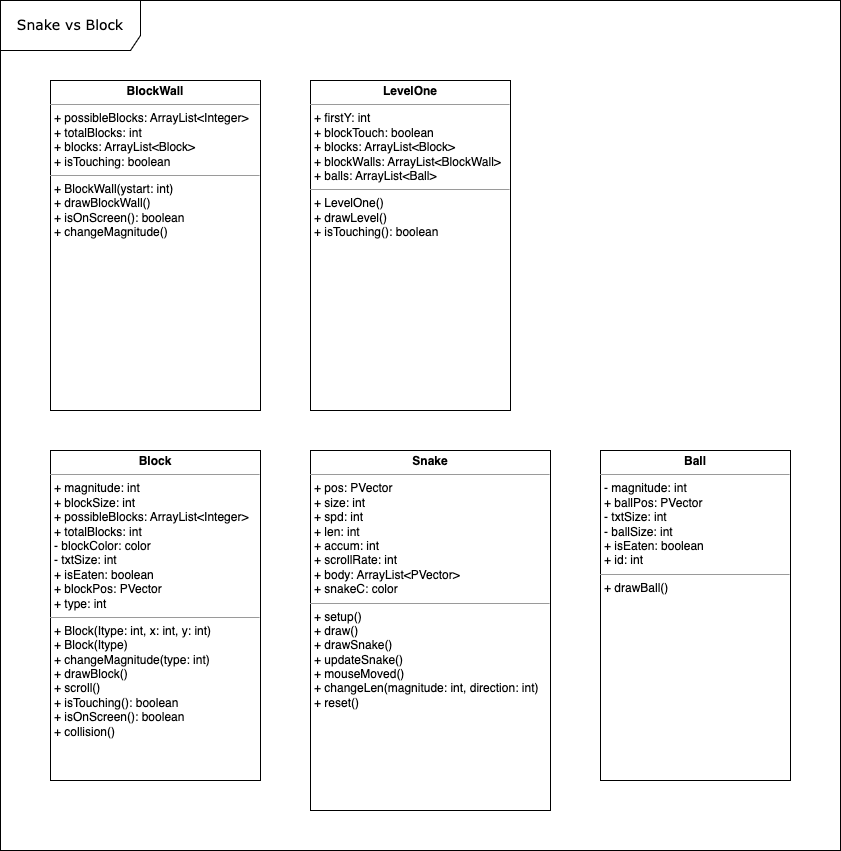
Before: ouruml.png, a diagram exported from draw.io (madeline-lei/final_project). Source tidied: cells renumbered, new cells last; positions are measured from the earlier drawing's top-left corner, leaving out a move shared by most shapes.
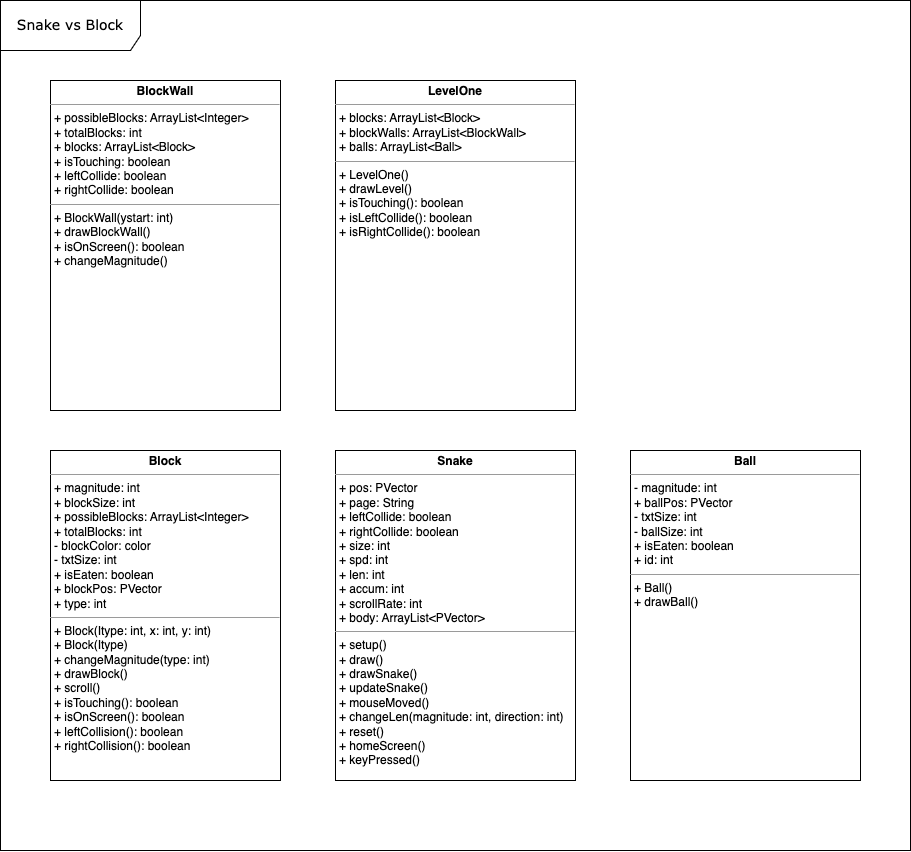
After the commit.

The edit, as a diff of the source:
```diff
@@ -3,22 +3,22 @@
     <mxCell id="0" />
     <mxCell id="1" parent="0" />
     <mxCell id="2" value="&lt;font style=&quot;font-size: 14px;&quot;&gt;Snake vs Block&lt;/font&gt;" style="shape=umlFrame;whiteSpace=wrap;html=1;rounded=0;shadow=0;comic=0;labelBackgroundColor=none;strokeWidth=1;fontFamily=Verdana;fontSize=10;align=center;width=140;height=50;" parent="1" vertex="1">
-      <mxGeometry width="840" height="850" as="geometry" />
+      <mxGeometry width="910" height="850" as="geometry" />
     </mxCell>
-    <mxCell id="3" value="&lt;p style=&quot;margin:0px;margin-top:4px;text-align:center;&quot;&gt;&lt;b&gt;Snake&lt;/b&gt;&lt;/p&gt;&lt;hr size=&quot;1&quot;&gt;&lt;p style=&quot;margin:0px;margin-left:4px;&quot;&gt;+ pos: PVector&lt;/p&gt;&lt;p style=&quot;margin:0px;margin-left:4px;&quot;&gt;+ size: int&lt;/p&gt;&lt;p style=&quot;margin:0px;margin-left:4px;&quot;&gt;+ spd: int&lt;/p&gt;&lt;p style=&quot;margin:0px;margin-left:4px;&quot;&gt;+ len: int&lt;/p&gt;&lt;p style=&quot;margin:0px;margin-left:4px;&quot;&gt;+ accum: int&lt;/p&gt;&lt;p style=&quot;margin:0px;margin-left:4px;&quot;&gt;+ scrollRate: int&lt;/p&gt;&lt;p style=&quot;margin:0px;margin-left:4px;&quot;&gt;&lt;/p&gt;&lt;p style=&quot;margin:0px;margin-left:4px;&quot;&gt;+ body: ArrayList&amp;lt;PVector&amp;gt;&lt;/p&gt;&lt;p style=&quot;margin:0px;margin-left:4px;&quot;&gt;&lt;span style=&quot;background-color: initial;&quot;&gt;+ snakeC: color&lt;/span&gt;&lt;br&gt;&lt;/p&gt;&lt;hr size=&quot;1&quot;&gt;&lt;p style=&quot;margin:0px;margin-left:4px;&quot;&gt;+ setup()&lt;/p&gt;&lt;p style=&quot;margin:0px;margin-left:4px;&quot;&gt;+ draw()&lt;/p&gt;&lt;p style=&quot;margin:0px;margin-left:4px;&quot;&gt;+ drawSnake()&lt;/p&gt;&lt;p style=&quot;margin:0px;margin-left:4px;&quot;&gt;+ updateSnake()&lt;/p&gt;&lt;p style=&quot;margin:0px;margin-left:4px;&quot;&gt;+ mouseMoved()&lt;/p&gt;&lt;p style=&quot;margin:0px;margin-left:4px;&quot;&gt;+ changeLen(magnitude: int, direction: int)&lt;/p&gt;&lt;p style=&quot;margin:0px;margin-left:4px;&quot;&gt;+ reset()&lt;/p&gt;" style="verticalAlign=top;align=left;overflow=fill;fontSize=12;fontFamily=Helvetica;html=1;rounded=0;shadow=0;comic=0;labelBackgroundColor=none;strokeWidth=1;" parent="1" vertex="1">
-      <mxGeometry x="310" y="450" width="240" height="360" as="geometry" />
+    <mxCell id="3" value="&lt;p style=&quot;margin:0px;margin-top:4px;text-align:center;&quot;&gt;&lt;b&gt;Snake&lt;/b&gt;&lt;/p&gt;&lt;hr size=&quot;1&quot;&gt;&lt;p style=&quot;margin:0px;margin-left:4px;&quot;&gt;+ pos: PVector&lt;/p&gt;&lt;p style=&quot;margin:0px;margin-left:4px;&quot;&gt;+ page: String&lt;/p&gt;&lt;p style=&quot;margin:0px;margin-left:4px;&quot;&gt;+ leftCollide: boolean&lt;/p&gt;&lt;p style=&quot;border-color: var(--border-color); margin: 0px 0px 0px 4px;&quot;&gt;+ rightCollide: boolean&lt;/p&gt;&lt;p style=&quot;margin:0px;margin-left:4px;&quot;&gt;+ size: int&lt;/p&gt;&lt;p style=&quot;margin:0px;margin-left:4px;&quot;&gt;+ spd: int&lt;/p&gt;&lt;p style=&quot;margin:0px;margin-left:4px;&quot;&gt;+ len: int&lt;/p&gt;&lt;p style=&quot;margin:0px;margin-left:4px;&quot;&gt;+ accum: int&lt;/p&gt;&lt;p style=&quot;margin:0px;margin-left:4px;&quot;&gt;+ scrollRate: int&lt;/p&gt;&lt;p style=&quot;margin:0px;margin-left:4px;&quot;&gt;&lt;/p&gt;&lt;p style=&quot;margin:0px;margin-left:4px;&quot;&gt;+ body: ArrayList&amp;lt;PVector&amp;gt;&lt;/p&gt;&lt;hr size=&quot;1&quot;&gt;&lt;p style=&quot;margin:0px;margin-left:4px;&quot;&gt;+ setup()&lt;/p&gt;&lt;p style=&quot;margin:0px;margin-left:4px;&quot;&gt;+ draw()&lt;/p&gt;&lt;p style=&quot;margin:0px;margin-left:4px;&quot;&gt;+ drawSnake()&lt;/p&gt;&lt;p style=&quot;margin:0px;margin-left:4px;&quot;&gt;+ updateSnake()&lt;/p&gt;&lt;p style=&quot;margin:0px;margin-left:4px;&quot;&gt;+ mouseMoved()&lt;/p&gt;&lt;p style=&quot;margin:0px;margin-left:4px;&quot;&gt;+ changeLen(magnitude: int, direction: int)&lt;/p&gt;&lt;p style=&quot;margin:0px;margin-left:4px;&quot;&gt;+ reset()&lt;/p&gt;&lt;p style=&quot;margin:0px;margin-left:4px;&quot;&gt;+ homeScreen()&lt;/p&gt;&lt;p style=&quot;margin:0px;margin-left:4px;&quot;&gt;+ keyPressed()&lt;/p&gt;" style="verticalAlign=top;align=left;overflow=fill;fontSize=12;fontFamily=Helvetica;html=1;rounded=0;shadow=0;comic=0;labelBackgroundColor=none;strokeWidth=1;" parent="1" vertex="1">
+      <mxGeometry x="335" y="450" width="240" height="330" as="geometry" />
     </mxCell>
-    <mxCell id="4" value="&lt;p style=&quot;margin:0px;margin-top:4px;text-align:center;&quot;&gt;&lt;b&gt;Block&lt;/b&gt;&lt;/p&gt;&lt;hr size=&quot;1&quot;&gt;&lt;p style=&quot;margin:0px;margin-left:4px;&quot;&gt;+ magnitude: int&lt;/p&gt;&lt;p style=&quot;margin:0px;margin-left:4px;&quot;&gt;+ blockSize: int&lt;/p&gt;&lt;p style=&quot;margin:0px;margin-left:4px;&quot;&gt;&lt;span style=&quot;background-color: initial;&quot;&gt;+ possibleBlocks: ArrayList&amp;lt;Integer&amp;gt;&lt;/span&gt;&lt;br&gt;&lt;/p&gt;&lt;p style=&quot;margin:0px;margin-left:4px;&quot;&gt;&lt;span style=&quot;background-color: initial;&quot;&gt;+ totalBlocks: int&lt;/span&gt;&lt;/p&gt;&lt;p style=&quot;margin:0px;margin-left:4px;&quot;&gt;- blockColor: color&lt;/p&gt;&lt;p style=&quot;margin:0px;margin-left:4px;&quot;&gt;- txtSize: int&lt;/p&gt;&lt;p style=&quot;margin:0px;margin-left:4px;&quot;&gt;+ isEaten: boolean&lt;/p&gt;&lt;p style=&quot;margin:0px;margin-left:4px;&quot;&gt;+ blockPos: PVector&lt;br&gt;&lt;/p&gt;&lt;p style=&quot;margin:0px;margin-left:4px;&quot;&gt;&lt;span style=&quot;background-color: initial;&quot;&gt;+ type: int&lt;/span&gt;&lt;br&gt;&lt;/p&gt;&lt;hr size=&quot;1&quot;&gt;&lt;p style=&quot;margin:0px;margin-left:4px;&quot;&gt;+ Block(Itype: int, x: int, y: int)&lt;/p&gt;&lt;p style=&quot;margin:0px;margin-left:4px;&quot;&gt;+ Block(Itype)&lt;/p&gt;&lt;p style=&quot;margin:0px;margin-left:4px;&quot;&gt;+ changeMagnitude(type: int)&lt;/p&gt;&lt;p style=&quot;margin:0px;margin-left:4px;&quot;&gt;+ drawBlock()&lt;/p&gt;&lt;p style=&quot;margin:0px;margin-left:4px;&quot;&gt;+ scroll()&lt;/p&gt;&lt;p style=&quot;margin:0px;margin-left:4px;&quot;&gt;+ isTouching(): boolean&lt;/p&gt;&lt;p style=&quot;margin:0px;margin-left:4px;&quot;&gt;+ isOnScreen(): boolean&lt;br&gt;+ collision()&lt;/p&gt;" style="verticalAlign=top;align=left;overflow=fill;fontSize=12;fontFamily=Helvetica;html=1;rounded=0;shadow=0;comic=0;labelBackgroundColor=none;strokeWidth=1;" parent="1" vertex="1">
-      <mxGeometry x="50" y="450" width="210" height="330" as="geometry" />
+    <mxCell id="4" value="&lt;p style=&quot;margin:0px;margin-top:4px;text-align:center;&quot;&gt;&lt;b&gt;Block&lt;/b&gt;&lt;/p&gt;&lt;hr size=&quot;1&quot;&gt;&lt;p style=&quot;margin:0px;margin-left:4px;&quot;&gt;+ magnitude: int&lt;/p&gt;&lt;p style=&quot;margin:0px;margin-left:4px;&quot;&gt;+ blockSize: int&lt;/p&gt;&lt;p style=&quot;margin:0px;margin-left:4px;&quot;&gt;&lt;span style=&quot;background-color: initial;&quot;&gt;+ possibleBlocks: ArrayList&amp;lt;Integer&amp;gt;&lt;/span&gt;&lt;br&gt;&lt;/p&gt;&lt;p style=&quot;margin:0px;margin-left:4px;&quot;&gt;&lt;span style=&quot;background-color: initial;&quot;&gt;+ totalBlocks: int&lt;/span&gt;&lt;/p&gt;&lt;p style=&quot;margin:0px;margin-left:4px;&quot;&gt;- blockColor: color&lt;/p&gt;&lt;p style=&quot;margin:0px;margin-left:4px;&quot;&gt;- txtSize: int&lt;/p&gt;&lt;p style=&quot;margin:0px;margin-left:4px;&quot;&gt;+ isEaten: boolean&lt;/p&gt;&lt;p style=&quot;margin:0px;margin-left:4px;&quot;&gt;+ blockPos: PVector&lt;br&gt;&lt;/p&gt;&lt;p style=&quot;margin:0px;margin-left:4px;&quot;&gt;&lt;span style=&quot;background-color: initial;&quot;&gt;+ type: int&lt;/span&gt;&lt;br&gt;&lt;/p&gt;&lt;hr size=&quot;1&quot;&gt;&lt;p style=&quot;margin:0px;margin-left:4px;&quot;&gt;+ Block(Itype: int, x: int, y: int)&lt;/p&gt;&lt;p style=&quot;margin:0px;margin-left:4px;&quot;&gt;+ Block(Itype)&lt;/p&gt;&lt;p style=&quot;margin:0px;margin-left:4px;&quot;&gt;+ changeMagnitude(type: int)&lt;/p&gt;&lt;p style=&quot;margin:0px;margin-left:4px;&quot;&gt;+ drawBlock()&lt;/p&gt;&lt;p style=&quot;margin:0px;margin-left:4px;&quot;&gt;+ scroll()&lt;/p&gt;&lt;p style=&quot;margin:0px;margin-left:4px;&quot;&gt;+ isTouching(): boolean&lt;/p&gt;&lt;p style=&quot;margin:0px;margin-left:4px;&quot;&gt;+ isOnScreen(): boolean&lt;br&gt;+ leftCollision(): boolean&lt;/p&gt;&lt;p style=&quot;margin:0px;margin-left:4px;&quot;&gt;+ rightCollision(): boolean&lt;br&gt;&lt;/p&gt;" style="verticalAlign=top;align=left;overflow=fill;fontSize=12;fontFamily=Helvetica;html=1;rounded=0;shadow=0;comic=0;labelBackgroundColor=none;strokeWidth=1;" parent="1" vertex="1">
+      <mxGeometry x="50" y="450" width="230" height="330" as="geometry" />
     </mxCell>
-    <mxCell id="5" value="&lt;p style=&quot;margin:0px;margin-top:4px;text-align:center;&quot;&gt;&lt;b&gt;Ball&lt;/b&gt;&lt;/p&gt;&lt;hr size=&quot;1&quot;&gt;&lt;p style=&quot;margin:0px;margin-left:4px;&quot;&gt;- magnitude: int&lt;/p&gt;&lt;p style=&quot;margin:0px;margin-left:4px;&quot;&gt;+ ballPos: PVector&lt;/p&gt;&lt;p style=&quot;margin:0px;margin-left:4px;&quot;&gt;- txtSize: int&lt;/p&gt;&lt;p style=&quot;margin:0px;margin-left:4px;&quot;&gt;- ballSize: int&lt;/p&gt;&lt;p style=&quot;margin:0px;margin-left:4px;&quot;&gt;+ isEaten: boolean&lt;/p&gt;&lt;p style=&quot;margin:0px;margin-left:4px;&quot;&gt;+ id: int&lt;br&gt;&lt;/p&gt;&lt;hr size=&quot;1&quot;&gt;&lt;p style=&quot;margin:0px;margin-left:4px;&quot;&gt;+ drawBall()&lt;br&gt;&lt;/p&gt;" style="verticalAlign=top;align=left;overflow=fill;fontSize=12;fontFamily=Helvetica;html=1;rounded=0;shadow=0;comic=0;labelBackgroundColor=none;strokeWidth=1;" parent="1" vertex="1">
-      <mxGeometry x="600" y="450" width="190" height="330" as="geometry" />
+    <mxCell id="5" value="&lt;p style=&quot;margin:0px;margin-top:4px;text-align:center;&quot;&gt;&lt;b&gt;Ball&lt;/b&gt;&lt;/p&gt;&lt;hr size=&quot;1&quot;&gt;&lt;p style=&quot;margin:0px;margin-left:4px;&quot;&gt;- magnitude: int&lt;/p&gt;&lt;p style=&quot;margin:0px;margin-left:4px;&quot;&gt;+ ballPos: PVector&lt;/p&gt;&lt;p style=&quot;margin:0px;margin-left:4px;&quot;&gt;- txtSize: int&lt;/p&gt;&lt;p style=&quot;margin:0px;margin-left:4px;&quot;&gt;- ballSize: int&lt;/p&gt;&lt;p style=&quot;margin:0px;margin-left:4px;&quot;&gt;+ isEaten: boolean&lt;/p&gt;&lt;p style=&quot;margin:0px;margin-left:4px;&quot;&gt;+ id: int&lt;br&gt;&lt;/p&gt;&lt;hr size=&quot;1&quot;&gt;&lt;p style=&quot;margin:0px;margin-left:4px;&quot;&gt;+ Ball()&lt;/p&gt;&lt;p style=&quot;margin:0px;margin-left:4px;&quot;&gt;+ drawBall()&lt;br&gt;&lt;/p&gt;" style="verticalAlign=top;align=left;overflow=fill;fontSize=12;fontFamily=Helvetica;html=1;rounded=0;shadow=0;comic=0;labelBackgroundColor=none;strokeWidth=1;" parent="1" vertex="1">
+      <mxGeometry x="630" y="450" width="230" height="330" as="geometry" />
     </mxCell>
-    <mxCell id="6" value="&lt;p style=&quot;margin:0px;margin-top:4px;text-align:center;&quot;&gt;&lt;b&gt;LevelOne&lt;/b&gt;&lt;/p&gt;&lt;hr size=&quot;1&quot;&gt;&lt;p style=&quot;margin:0px;margin-left:4px;&quot;&gt;+ firstY: int&lt;/p&gt;&lt;p style=&quot;margin:0px;margin-left:4px;&quot;&gt;+ blockTouch: boolean&lt;br&gt;+ blocks: ArrayList&amp;lt;Block&amp;gt;&lt;br&gt;+ blockWalls: ArrayList&amp;lt;BlockWall&amp;gt;&lt;/p&gt;&lt;p style=&quot;border-color: var(--border-color); margin: 0px 0px 0px 4px;&quot;&gt;+ balls: ArrayList&amp;lt;Ball&amp;gt;&lt;/p&gt;&lt;hr size=&quot;1&quot;&gt;&lt;p style=&quot;margin:0px;margin-left:4px;&quot;&gt;+ LevelOne()&lt;/p&gt;&lt;p style=&quot;margin:0px;margin-left:4px;&quot;&gt;+ drawLevel()&lt;/p&gt;&lt;p style=&quot;margin:0px;margin-left:4px;&quot;&gt;+ isTouching(): boolean&lt;/p&gt;" style="verticalAlign=top;align=left;overflow=fill;fontSize=12;fontFamily=Helvetica;html=1;rounded=0;shadow=0;comic=0;labelBackgroundColor=none;strokeWidth=1;" parent="1" vertex="1">
-      <mxGeometry x="310" y="80" width="200" height="330" as="geometry" />
+    <mxCell id="6" value="&lt;p style=&quot;margin:0px;margin-top:4px;text-align:center;&quot;&gt;&lt;b&gt;LevelOne&lt;/b&gt;&lt;/p&gt;&lt;hr size=&quot;1&quot;&gt;&lt;p style=&quot;margin:0px;margin-left:4px;&quot;&gt;&lt;span style=&quot;background-color: initial;&quot;&gt;+ blocks: ArrayList&amp;lt;Block&amp;gt;&lt;/span&gt;&lt;br&gt;&lt;/p&gt;&lt;p style=&quot;margin:0px;margin-left:4px;&quot;&gt;+ blockWalls: ArrayList&amp;lt;BlockWall&amp;gt;&lt;/p&gt;&lt;p style=&quot;border-color: var(--border-color); margin: 0px 0px 0px 4px;&quot;&gt;+ balls: ArrayList&amp;lt;Ball&amp;gt;&lt;/p&gt;&lt;hr size=&quot;1&quot;&gt;&lt;p style=&quot;margin:0px;margin-left:4px;&quot;&gt;+ LevelOne()&lt;/p&gt;&lt;p style=&quot;margin:0px;margin-left:4px;&quot;&gt;+ drawLevel()&lt;/p&gt;&lt;p style=&quot;margin:0px;margin-left:4px;&quot;&gt;+ isTouching(): boolean&lt;/p&gt;&lt;p style=&quot;border-color: var(--border-color); margin: 0px 0px 0px 4px;&quot;&gt;+ isLeftCollide(): boolean&lt;/p&gt;&lt;p style=&quot;border-color: var(--border-color); margin: 0px 0px 0px 4px;&quot;&gt;+ isRightCollide(): boolean&lt;/p&gt;" style="verticalAlign=top;align=left;overflow=fill;fontSize=12;fontFamily=Helvetica;html=1;rounded=0;shadow=0;comic=0;labelBackgroundColor=none;strokeWidth=1;" parent="1" vertex="1">
+      <mxGeometry x="335" y="80" width="240" height="330" as="geometry" />
     </mxCell>
-    <mxCell id="7" value="&lt;p style=&quot;margin:0px;margin-top:4px;text-align:center;&quot;&gt;&lt;b&gt;BlockWall&lt;/b&gt;&lt;/p&gt;&lt;hr size=&quot;1&quot;&gt;&lt;p style=&quot;margin:0px;margin-left:4px;&quot;&gt;+ possibleBlocks: ArrayList&amp;lt;Integer&amp;gt;&lt;/p&gt;&lt;p style=&quot;margin:0px;margin-left:4px;&quot;&gt;+ totalBlocks: int&lt;/p&gt;&lt;p style=&quot;margin:0px;margin-left:4px;&quot;&gt;+ blocks: ArrayList&amp;lt;Block&amp;gt;&lt;/p&gt;&lt;p style=&quot;margin:0px;margin-left:4px;&quot;&gt;+ isTouching: boolean&lt;/p&gt;&lt;hr size=&quot;1&quot;&gt;&lt;p style=&quot;margin:0px;margin-left:4px;&quot;&gt;+ BlockWall(ystart: int)&lt;/p&gt;&lt;p style=&quot;margin:0px;margin-left:4px;&quot;&gt;+ drawBlockWall()&lt;/p&gt;&lt;p style=&quot;margin:0px;margin-left:4px;&quot;&gt;+ isOnScreen(): boolean&lt;/p&gt;&lt;p style=&quot;margin:0px;margin-left:4px;&quot;&gt;+ changeMagnitude()&lt;/p&gt;" style="verticalAlign=top;align=left;overflow=fill;fontSize=12;fontFamily=Helvetica;html=1;rounded=0;shadow=0;comic=0;labelBackgroundColor=none;strokeWidth=1;" parent="1" vertex="1">
-      <mxGeometry x="50" y="80" width="210" height="330" as="geometry" />
+    <mxCell id="7" value="&lt;p style=&quot;margin:0px;margin-top:4px;text-align:center;&quot;&gt;&lt;b&gt;BlockWall&lt;/b&gt;&lt;/p&gt;&lt;hr size=&quot;1&quot;&gt;&lt;p style=&quot;margin:0px;margin-left:4px;&quot;&gt;+ possibleBlocks: ArrayList&amp;lt;Integer&amp;gt;&lt;/p&gt;&lt;p style=&quot;margin:0px;margin-left:4px;&quot;&gt;+ totalBlocks: int&lt;/p&gt;&lt;p style=&quot;margin:0px;margin-left:4px;&quot;&gt;+ blocks: ArrayList&amp;lt;Block&amp;gt;&lt;/p&gt;&lt;p style=&quot;margin:0px;margin-left:4px;&quot;&gt;+ isTouching: boolean&lt;/p&gt;&lt;p style=&quot;margin:0px;margin-left:4px;&quot;&gt;+ leftCollide: boolean&lt;br&gt;+ rightCollide: boolean&lt;/p&gt;&lt;hr size=&quot;1&quot;&gt;&lt;p style=&quot;margin:0px;margin-left:4px;&quot;&gt;+ BlockWall(ystart: int)&lt;/p&gt;&lt;p style=&quot;margin:0px;margin-left:4px;&quot;&gt;+ drawBlockWall()&lt;/p&gt;&lt;p style=&quot;margin:0px;margin-left:4px;&quot;&gt;+ isOnScreen(): boolean&lt;/p&gt;&lt;p style=&quot;margin:0px;margin-left:4px;&quot;&gt;+ changeMagnitude()&lt;/p&gt;" style="verticalAlign=top;align=left;overflow=fill;fontSize=12;fontFamily=Helvetica;html=1;rounded=0;shadow=0;comic=0;labelBackgroundColor=none;strokeWidth=1;" parent="1" vertex="1">
+      <mxGeometry x="50" y="80" width="230" height="330" as="geometry" />
     </mxCell>
   </root>
 </mxGraphModel>
```
